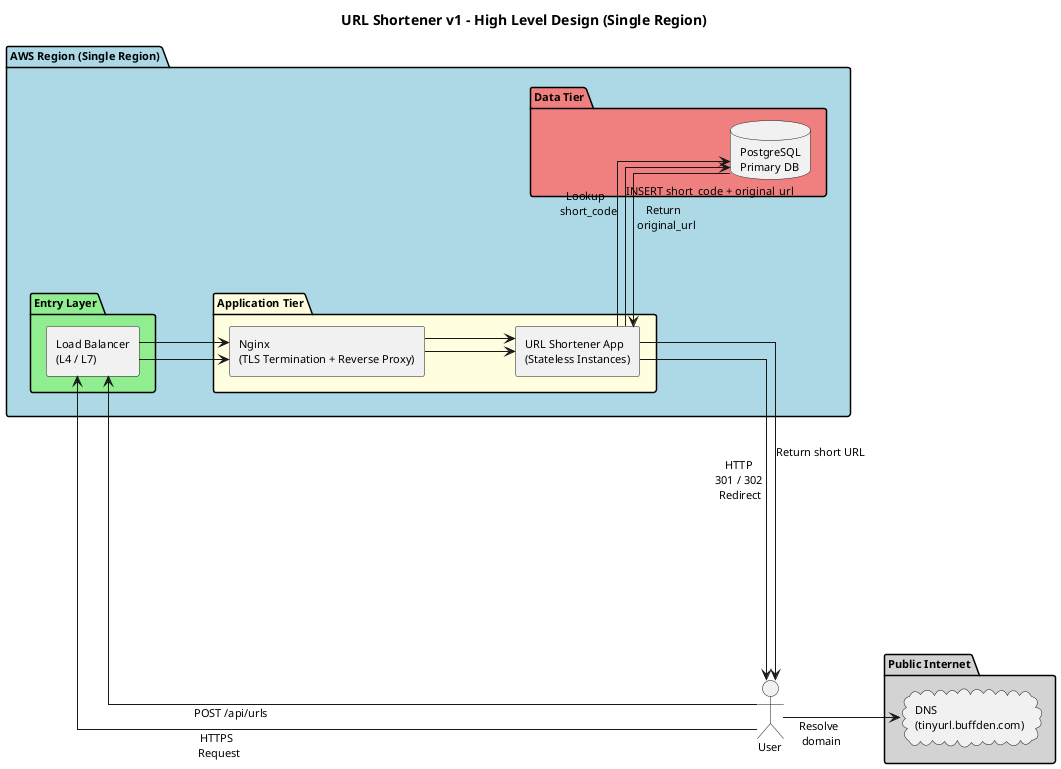
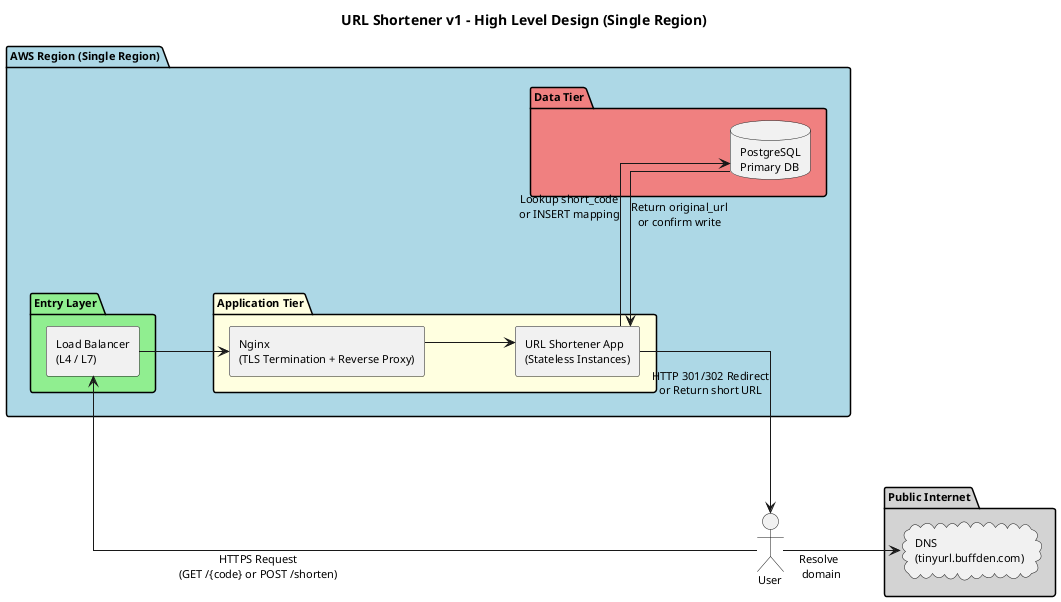
@startuml URLShortenerV1
title URL Shortener v1 - High Level Design (Single Region)

left to right direction
skinparam linetype ortho
skinparam shadowing false
skinparam componentStyle rectangle
skinparam defaultFontName Arial
skinparam defaultFontSize 11
skinparam nodesep 170
skinparam ranksep 90
skinparam packagePadding 26
skinparam componentPadding 12
skinparam component<<spacer>> {
    BorderColor transparent
    BackgroundColor transparent
    FontColor transparent
}

' ---------------- CLIENT ----------------
actor User

' ---------------- INTERNET ----------------
package "Public Internet" #LightGray {
    cloud "DNS\n(tinyurl.buffden.com)" as DNS
}

' ---------------- AWS REGION ----------------
package "AWS Region (Single Region)" #LightBlue {

    package "Entry Layer" #LightGreen {
        [Load Balancer\n(L4 / L7)] as LB
    }

    package "Application Tier" #LightYellow {
        [Nginx\n(TLS Termination + Reverse Proxy)] as NGINX
        [URL Shortener App\n(Stateless Instances)] as APP
    }

    package "Data Tier" #LightCoral {
        [ ] as DATA_GAP <<spacer>>
        database "PostgreSQL\nPrimary DB" as DB
    }
}

' Layout alignment
NGINX -[hidden]-> APP
APP -[hidden]-> DATA_GAP
DATA_GAP -[hidden]-> DB

' ---------------- FLOW ----------------

User --> DNS : Resolve \n domain
- User --> LB : HTTPS \n Request
+ User --> LB : HTTPS Request\n(GET /{code} or POST /shorten)

LB --> NGINX
NGINX --> APP

- APP --> DB : Lookup \n short_code
- DB --> APP : Return \n original_url
+ APP --> DB : Lookup short_code\nor INSERT mapping
+ DB --> APP : Return original_url\nor confirm write

- APP --> User : HTTP\n 301 / 302 \n Redirect
+ APP --> User : HTTP 301/302 Redirect\nor Return short URL

- User --> LB : POST /api/urls
- LB --> NGINX
- NGINX --> APP
- APP --> DB : INSERT short_code + original_url
- APP --> User : Return short URL
- 
- 
- @enduml
+ @enduml